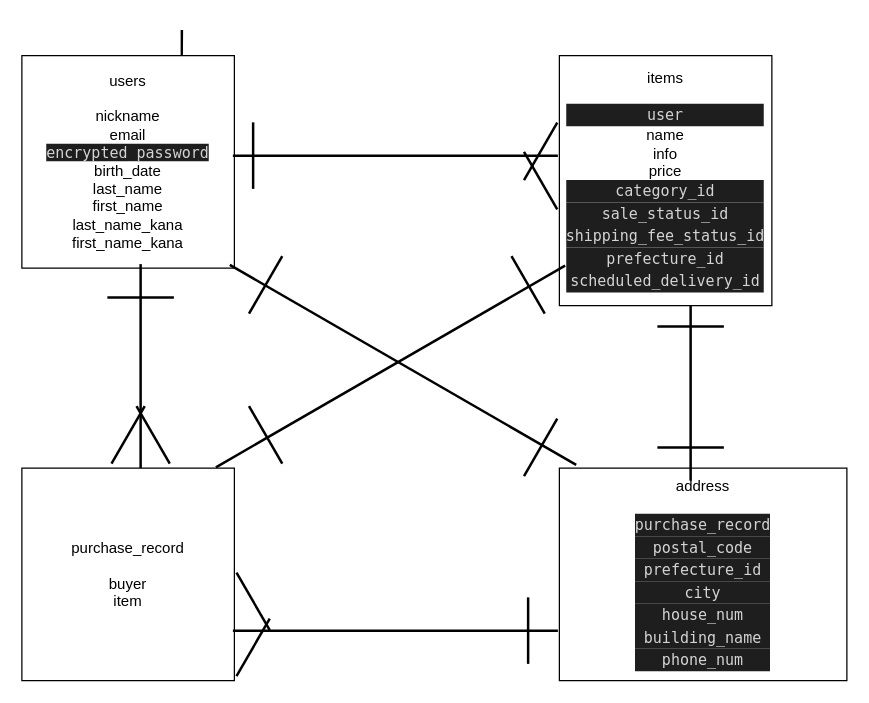
Earlier version of the draw.io diagram er.dio (blue-techcamp/furima-33017). Source tidied: cells renumbered, new cells numbered last; positions are measured from the earlier drawing's top-left corner, leaving out a move shared by most shapes. Both pictures are drawn from the tidied source at 125%, with x=0, y=0 at pixel (21, -8).
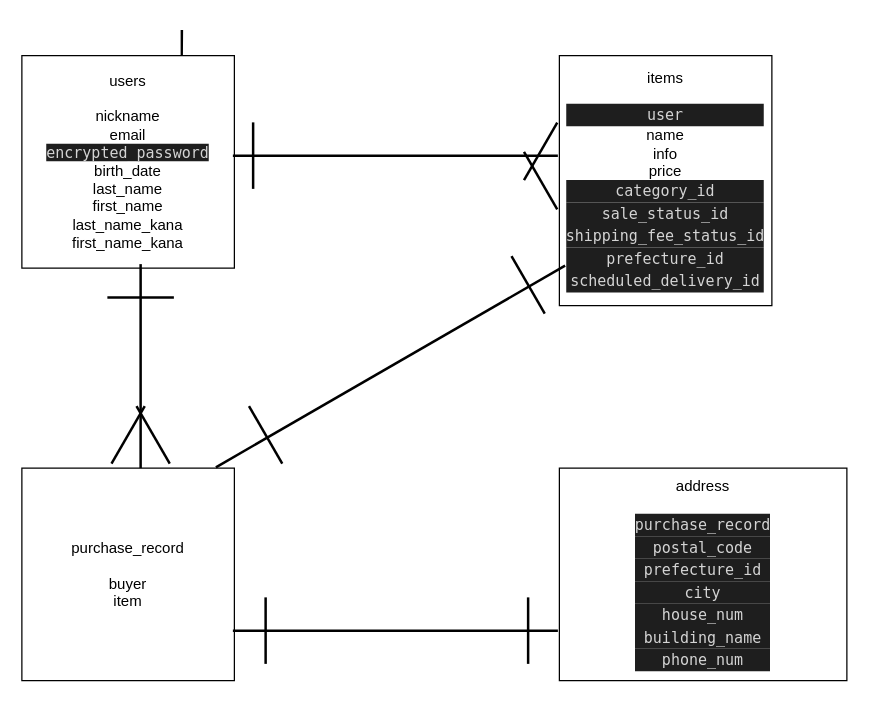
The same diagram, later.

Change to the diagram source:
```diff
@@
-    <mxCell id="7" style="line;strokeWidth=2;html=1;direction=south;rotation=-60;" parent="1" vertex="1">
-      <mxGeometry x="299.9" y="137.4" width="10" height="320" as="geometry" />
-    </mxCell>
@@
-    <mxCell id="12" style="line;strokeWidth=2;html=1;direction=south;rotation=0;" parent="1" vertex="1">
-      <mxGeometry x="530" y="250" width="10" height="140" as="geometry" />
-    </mxCell>
@@
-    <mxCell id="15" style="line;strokeWidth=2;html=1;direction=south;rotation=90;" parent="1" vertex="1">
-      <mxGeometry x="530" y="240" width="10" height="53.2" as="geometry" />
-    </mxCell>
-    <mxCell id="16" style="line;strokeWidth=2;html=1;direction=south;rotation=90;" parent="1" vertex="1">
-      <mxGeometry x="530" y="336.8" width="10" height="53.2" as="geometry" />
-    </mxCell>
@@
-    <mxCell id="18" style="line;strokeWidth=2;html=1;direction=south;rotation=30;" parent="1" vertex="1">
-      <mxGeometry x="190" y="206.8" width="10" height="53.2" as="geometry" />
-    </mxCell>
-    <mxCell id="19" style="line;strokeWidth=2;html=1;direction=south;rotation=30;" parent="1" vertex="1">
-      <mxGeometry x="410" y="336.8" width="10" height="53.2" as="geometry" />
-    </mxCell>
@@
-    <mxCell id="22" style="line;strokeWidth=2;html=1;direction=south;rotation=-30;" parent="1" vertex="1">
-      <mxGeometry x="180" y="460" width="10" height="53.2" as="geometry" />
-    </mxCell>
-    <mxCell id="23" style="line;strokeWidth=2;html=1;direction=south;rotation=30;" parent="1" vertex="1">
-      <mxGeometry x="180" y="496.8" width="10" height="53.2" as="geometry" />
-    </mxCell>
@@
+    <mxCell id="28" style="line;strokeWidth=2;html=1;direction=south;rotation=0;" parent="1" vertex="1">
+      <mxGeometry x="190" y="483.4" width="10" height="53.2" as="geometry" />
+    </mxCell>
```
